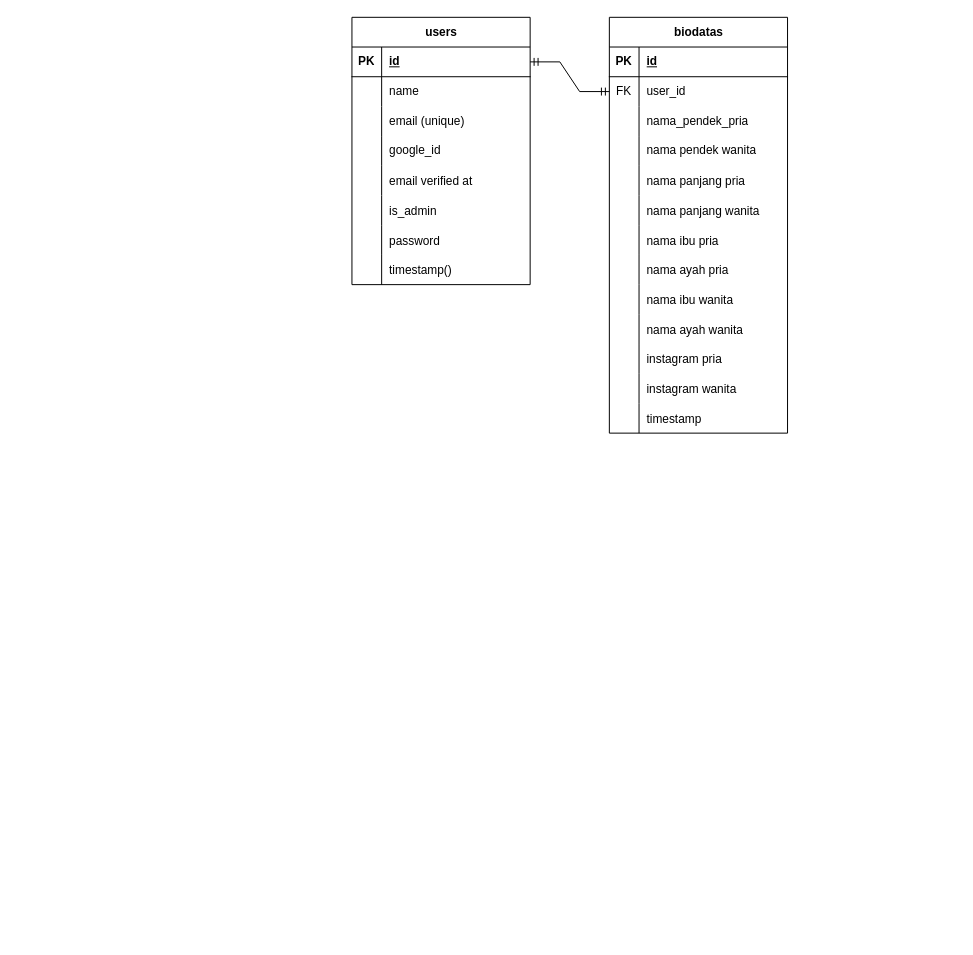
The draw.io diagram Untitled Diagram.drawio in herisukoco/draw.io, before the edit. Source tidied: cells renumbered, new cells numbered last; positions are measured from the earlier drawing's top-left corner, leaving out a move shared by most shapes. Both pictures are drawn from the tidied source at 99%, with x=0, y=0 at pixel (351, 17).
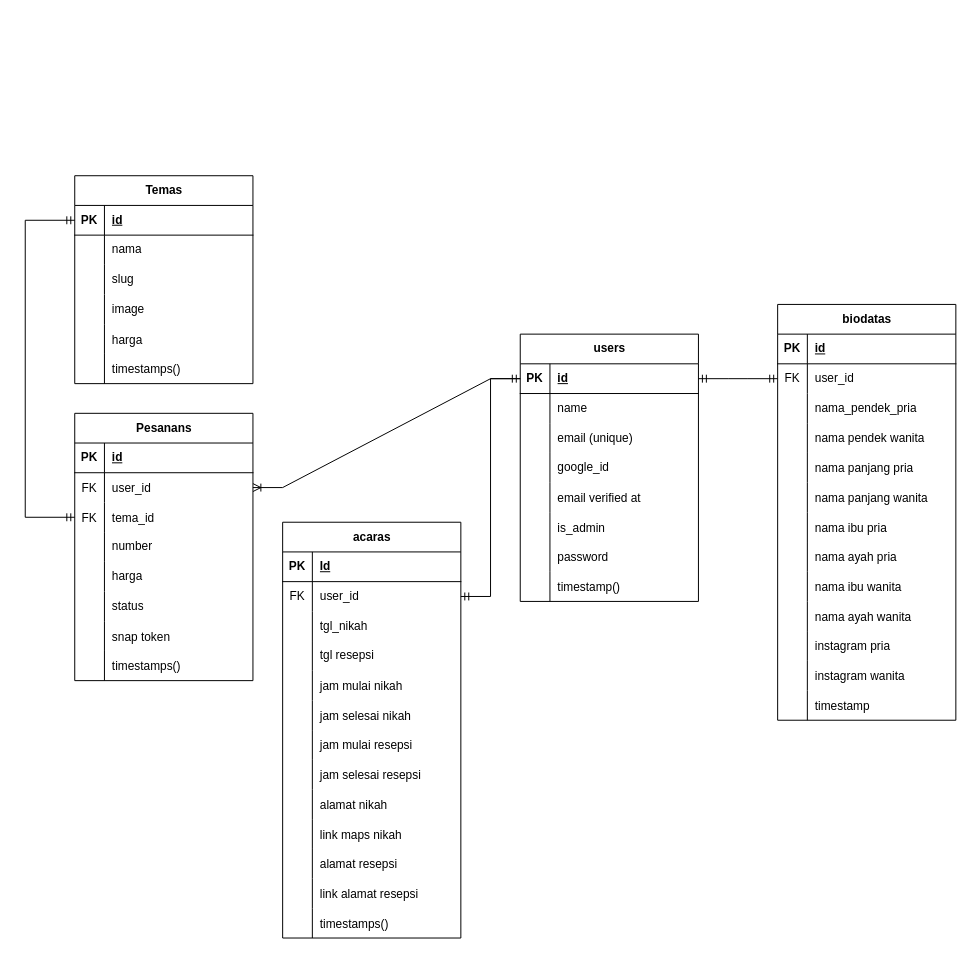
The same diagram, later.

The change refers to these unchanged cells:
```xml
<mxCell id="3" style="shape=tableRow;horizontal=0;startSize=0;swimlaneHead=0;swimlaneBody=0;fillColor=none;points=[[0,0.5],[1,0.5]];portConstraint=eastwest;top=0;left=0;right=0;bottom=1;" parent="2" vertex="1">
  <mxGeometry y="30" width="180" height="30" as="geometry" />
</mxCell>
```

The edit, as a diff of the source:
```diff
@@
     <mxCell id="2" value="users" style="shape=table;startSize=30;childLayout=tableLayout;rowLines=0;fontStyle=1;align=center;html=1;" parent="1" vertex="1">
-      <mxGeometry width="180" height="270" as="geometry" />
+      <mxGeometry x="170" y="320" width="180" height="270" as="geometry" />
     </mxCell>
@@
     <mxCell id="27" value="biodatas" style="shape=table;startSize=30;childLayout=tableLayout;rowLines=0;fontStyle=1;align=center;html=1;" parent="1" vertex="1">
-      <mxGeometry x="260" width="180" height="420" as="geometry" />
+      <mxGeometry x="430" y="290" width="180" height="420" as="geometry" />
     </mxCell>
@@
+    <mxCell id="68" value="acaras" style="shape=table;startSize=30;childLayout=tableLayout;rowLines=0;fontStyle=1;align=center;html=1;" parent="1" vertex="1">
+      <mxGeometry x="-70" y="510" width="180" height="420" as="geometry" />
+    </mxCell>
+    <mxCell id="69" style="shape=tableRow;horizontal=0;startSize=0;swimlaneHead=0;swimlaneBody=0;fillColor=none;top=0;left=0;right=0;bottom=1;" parent="68" vertex="1">
+      <mxGeometry y="30" width="180" height="30" as="geometry" />
+    </mxCell>
+    <mxCell id="70" value="PK" style="shape=partialRectangle;fillColor=none;top=0;left=0;bottom=0;right=0;fontStyle=1;overflow=hidden;whiteSpace=wrap;html=1;" parent="69" vertex="1">
+      <mxGeometry width="30" height="30" as="geometry" />
+    </mxCell>
+    <mxCell id="71" value="Id" style="shape=partialRectangle;fillColor=none;top=0;left=0;bottom=0;right=0;align=left;spacingLeft=6;fontStyle=5;overflow=hidden;whiteSpace=wrap;html=1;" parent="69" vertex="1">
+      <mxGeometry x="30" width="150" height="30" as="geometry" />
+    </mxCell>
+    <mxCell id="72" style="shape=tableRow;horizontal=0;startSize=0;swimlaneHead=0;swimlaneBody=0;fillColor=none;points=[[0,0.5],[1,0.5]];portConstraint=eastwest;top=0;left=0;right=0;bottom=0;" parent="68" vertex="1">
+      <mxGeometry y="60" width="180" height="30" as="geometry" />
+    </mxCell>
+    <mxCell id="73" value="FK" style="shape=partialRectangle;fillColor=none;top=0;left=0;bottom=0;right=0;overflow=hidden;whiteSpace=wrap;html=1;" parent="72" vertex="1">
+      <mxGeometry width="30" height="30" as="geometry" />
+    </mxCell>
+    <mxCell id="74" value="user_id" style="shape=partialRectangle;fillColor=none;top=0;left=0;bottom=0;right=0;align=left;spacingLeft=6;overflow=hidden;whiteSpace=wrap;html=1;" parent="72" vertex="1">
+      <mxGeometry x="30" width="150" height="30" as="geometry" />
+    </mxCell>
+    <mxCell id="75" style="shape=tableRow;horizontal=0;startSize=0;swimlaneHead=0;swimlaneBody=0;fillColor=none;top=0;left=0;right=0;bottom=0;" parent="68" vertex="1">
+      <mxGeometry y="90" width="180" height="30" as="geometry" />
+    </mxCell>
+    <mxCell id="76" style="shape=partialRectangle;fillColor=none;top=0;left=0;bottom=0;right=0;overflow=hidden;whiteSpace=wrap;html=1;" parent="75" vertex="1">
+      <mxGeometry width="30" height="30" as="geometry" />
+    </mxCell>
+    <mxCell id="77" value="tgl_nikah" style="shape=partialRectangle;fillColor=none;top=0;left=0;bottom=0;right=0;align=left;spacingLeft=6;overflow=hidden;whiteSpace=wrap;html=1;" parent="75" vertex="1">
+      <mxGeometry x="30" width="150" height="30" as="geometry" />
+    </mxCell>
+    <mxCell id="78" style="shape=tableRow;horizontal=0;startSize=0;swimlaneHead=0;swimlaneBody=0;fillColor=none;top=0;left=0;right=0;bottom=0;" parent="68" vertex="1">
+      <mxGeometry y="120" width="180" height="30" as="geometry" />
+    </mxCell>
+    <mxCell id="79" style="shape=partialRectangle;fillColor=none;top=0;left=0;bottom=0;right=0;overflow=hidden;whiteSpace=wrap;html=1;" parent="78" vertex="1">
+      <mxGeometry width="30" height="30" as="geometry" />
+    </mxCell>
+    <mxCell id="80" value="tgl resepsi" style="shape=partialRectangle;fillColor=none;top=0;left=0;bottom=0;right=0;align=left;spacingLeft=6;overflow=hidden;whiteSpace=wrap;html=1;" parent="78" vertex="1">
+      <mxGeometry x="30" width="150" height="30" as="geometry" />
+    </mxCell>
+    <mxCell id="81" style="shape=tableRow;horizontal=0;startSize=0;swimlaneHead=0;swimlaneBody=0;fillColor=none;top=0;left=0;right=0;bottom=0;" parent="68" vertex="1">
+      <mxGeometry y="150" width="180" height="30" as="geometry" />
+    </mxCell>
+    <mxCell id="82" style="shape=partialRectangle;fillColor=none;top=0;left=0;bottom=0;right=0;overflow=hidden;" parent="81" vertex="1">
+      <mxGeometry width="30" height="30" as="geometry" />
+    </mxCell>
+    <mxCell id="83" value="jam mulai nikah" style="shape=partialRectangle;fillColor=none;top=0;left=0;bottom=0;right=0;align=left;spacingLeft=6;overflow=hidden;" parent="81" vertex="1">
+      <mxGeometry x="30" width="150" height="30" as="geometry" />
+    </mxCell>
+    <mxCell id="84" style="shape=tableRow;horizontal=0;startSize=0;swimlaneHead=0;swimlaneBody=0;fillColor=none;top=0;left=0;right=0;bottom=0;" parent="68" vertex="1">
+      <mxGeometry y="180" width="180" height="30" as="geometry" />
+    </mxCell>
+    <mxCell id="85" style="shape=partialRectangle;fillColor=none;top=0;left=0;bottom=0;right=0;overflow=hidden;" parent="84" vertex="1">
+      <mxGeometry width="30" height="30" as="geometry" />
+    </mxCell>
+    <mxCell id="86" value="jam selesai nikah" style="shape=partialRectangle;fillColor=none;top=0;left=0;bottom=0;right=0;align=left;spacingLeft=6;overflow=hidden;" parent="84" vertex="1">
+      <mxGeometry x="30" width="150" height="30" as="geometry" />
+    </mxCell>
+    <mxCell id="87" style="shape=tableRow;horizontal=0;startSize=0;swimlaneHead=0;swimlaneBody=0;fillColor=none;top=0;left=0;right=0;bottom=0;" parent="68" vertex="1">
+      <mxGeometry y="210" width="180" height="30" as="geometry" />
+    </mxCell>
+    <mxCell id="88" style="shape=partialRectangle;fillColor=none;top=0;left=0;bottom=0;right=0;overflow=hidden;" parent="87" vertex="1">
+      <mxGeometry width="30" height="30" as="geometry" />
+    </mxCell>
+    <mxCell id="89" value="jam mulai resepsi" style="shape=partialRectangle;fillColor=none;top=0;left=0;bottom=0;right=0;align=left;spacingLeft=6;overflow=hidden;" parent="87" vertex="1">
+      <mxGeometry x="30" width="150" height="30" as="geometry" />
+    </mxCell>
+    <mxCell id="90" style="shape=tableRow;horizontal=0;startSize=0;swimlaneHead=0;swimlaneBody=0;fillColor=none;top=0;left=0;right=0;bottom=0;" parent="68" vertex="1">
+      <mxGeometry y="240" width="180" height="30" as="geometry" />
+    </mxCell>
+    <mxCell id="91" style="shape=partialRectangle;fillColor=none;top=0;left=0;bottom=0;right=0;overflow=hidden;" parent="90" vertex="1">
+      <mxGeometry width="30" height="30" as="geometry" />
+    </mxCell>
+    <mxCell id="92" value="jam selesai resepsi" style="shape=partialRectangle;fillColor=none;top=0;left=0;bottom=0;right=0;align=left;spacingLeft=6;overflow=hidden;" parent="90" vertex="1">
+      <mxGeometry x="30" width="150" height="30" as="geometry" />
+    </mxCell>
+    <mxCell id="93" style="shape=tableRow;horizontal=0;startSize=0;swimlaneHead=0;swimlaneBody=0;fillColor=none;top=0;left=0;right=0;bottom=0;" parent="68" vertex="1">
+      <mxGeometry y="270" width="180" height="30" as="geometry" />
+    </mxCell>
+    <mxCell id="94" style="shape=partialRectangle;fillColor=none;top=0;left=0;bottom=0;right=0;overflow=hidden;" parent="93" vertex="1">
+      <mxGeometry width="30" height="30" as="geometry" />
+    </mxCell>
+    <mxCell id="95" value="alamat nikah" style="shape=partialRectangle;fillColor=none;top=0;left=0;bottom=0;right=0;align=left;spacingLeft=6;overflow=hidden;" parent="93" vertex="1">
+      <mxGeometry x="30" width="150" height="30" as="geometry" />
+    </mxCell>
+    <mxCell id="96" style="shape=tableRow;horizontal=0;startSize=0;swimlaneHead=0;swimlaneBody=0;fillColor=none;top=0;left=0;right=0;bottom=0;" parent="68" vertex="1">
+      <mxGeometry y="300" width="180" height="30" as="geometry" />
+    </mxCell>
+    <mxCell id="97" style="shape=partialRectangle;fillColor=none;top=0;left=0;bottom=0;right=0;overflow=hidden;" parent="96" vertex="1">
+      <mxGeometry width="30" height="30" as="geometry" />
+    </mxCell>
+    <mxCell id="98" value="link maps nikah" style="shape=partialRectangle;fillColor=none;top=0;left=0;bottom=0;right=0;align=left;spacingLeft=6;overflow=hidden;" parent="96" vertex="1">
+      <mxGeometry x="30" width="150" height="30" as="geometry" />
+    </mxCell>
+    <mxCell id="99" style="shape=tableRow;horizontal=0;startSize=0;swimlaneHead=0;swimlaneBody=0;fillColor=none;top=0;left=0;right=0;bottom=0;" parent="68" vertex="1">
+      <mxGeometry y="330" width="180" height="30" as="geometry" />
+    </mxCell>
+    <mxCell id="100" style="shape=partialRectangle;fillColor=none;top=0;left=0;bottom=0;right=0;overflow=hidden;" parent="99" vertex="1">
+      <mxGeometry width="30" height="30" as="geometry" />
+    </mxCell>
+    <mxCell id="101" value="alamat resepsi" style="shape=partialRectangle;fillColor=none;top=0;left=0;bottom=0;right=0;align=left;spacingLeft=6;overflow=hidden;" parent="99" vertex="1">
+      <mxGeometry x="30" width="150" height="30" as="geometry" />
+    </mxCell>
+    <mxCell id="102" style="shape=tableRow;horizontal=0;startSize=0;swimlaneHead=0;swimlaneBody=0;fillColor=none;top=0;left=0;right=0;bottom=0;" parent="68" vertex="1">
+      <mxGeometry y="360" width="180" height="30" as="geometry" />
+    </mxCell>
+    <mxCell id="103" style="shape=partialRectangle;fillColor=none;top=0;left=0;bottom=0;right=0;overflow=hidden;" parent="102" vertex="1">
+      <mxGeometry width="30" height="30" as="geometry" />
+    </mxCell>
+    <mxCell id="104" value="link alamat resepsi" style="shape=partialRectangle;fillColor=none;top=0;left=0;bottom=0;right=0;align=left;spacingLeft=6;overflow=hidden;" parent="102" vertex="1">
+      <mxGeometry x="30" width="150" height="30" as="geometry" />
+    </mxCell>
+    <mxCell id="105" style="shape=tableRow;horizontal=0;startSize=0;swimlaneHead=0;swimlaneBody=0;fillColor=none;top=0;left=0;right=0;bottom=0;" parent="68" vertex="1">
+      <mxGeometry y="390" width="180" height="30" as="geometry" />
+    </mxCell>
+    <mxCell id="106" style="shape=partialRectangle;fillColor=none;top=0;left=0;bottom=0;right=0;overflow=hidden;" parent="105" vertex="1">
+      <mxGeometry width="30" height="30" as="geometry" />
+    </mxCell>
+    <mxCell id="107" value="timestamps()" style="shape=partialRectangle;fillColor=none;top=0;left=0;bottom=0;right=0;align=left;spacingLeft=6;overflow=hidden;" parent="105" vertex="1">
+      <mxGeometry x="30" width="150" height="30" as="geometry" />
+    </mxCell>
+    <mxCell id="108" style="edgeStyle=entityRelationEdgeStyle;fontSize=12;html=1;endArrow=ERmandOne;startArrow=ERmandOne;rounded=0;" parent="1" edge="1" source="3" target="72">
+      <mxGeometry relative="1" as="geometry" />
+    </mxCell>
+    <mxCell id="109" value="Temas" style="shape=table;startSize=30;childLayout=tableLayout;rowLines=0;fontStyle=1;align=center;html=1;" parent="1" vertex="1">
+      <mxGeometry x="-280" y="160" width="180" height="210" as="geometry" />
+    </mxCell>
+    <mxCell id="110" style="shape=tableRow;horizontal=0;startSize=0;swimlaneHead=0;swimlaneBody=0;fillColor=none;points=[[0,0.5],[1,0.5]];portConstraint=eastwest;top=0;left=0;right=0;bottom=1;" parent="109" vertex="1">
+      <mxGeometry y="30" width="180" height="30" as="geometry" />
+    </mxCell>
+    <mxCell id="111" value="PK" style="shape=partialRectangle;fillColor=none;top=0;left=0;bottom=0;right=0;fontStyle=1;overflow=hidden;whiteSpace=wrap;html=1;" parent="110" vertex="1">
+      <mxGeometry width="30" height="30" as="geometry" />
+    </mxCell>
+    <mxCell id="112" value="id" style="shape=partialRectangle;fillColor=none;top=0;left=0;bottom=0;right=0;align=left;spacingLeft=6;fontStyle=5;overflow=hidden;whiteSpace=wrap;html=1;" parent="110" vertex="1">
+      <mxGeometry x="30" width="150" height="30" as="geometry" />
+    </mxCell>
+    <mxCell id="113" style="shape=tableRow;horizontal=0;startSize=0;swimlaneHead=0;swimlaneBody=0;fillColor=none;top=0;left=0;right=0;bottom=0;" parent="109" vertex="1">
+      <mxGeometry y="60" width="180" height="30" as="geometry" />
+    </mxCell>
+    <mxCell id="114" style="shape=partialRectangle;fillColor=none;top=0;left=0;bottom=0;right=0;overflow=hidden;whiteSpace=wrap;html=1;" parent="113" vertex="1">
+      <mxGeometry width="30" height="30" as="geometry" />
+    </mxCell>
+    <mxCell id="115" value="nama" style="shape=partialRectangle;fillColor=none;top=0;left=0;bottom=0;right=0;align=left;spacingLeft=6;overflow=hidden;whiteSpace=wrap;html=1;" parent="113" vertex="1">
+      <mxGeometry x="30" width="150" height="30" as="geometry" />
+    </mxCell>
+    <mxCell id="116" style="shape=tableRow;horizontal=0;startSize=0;swimlaneHead=0;swimlaneBody=0;fillColor=none;top=0;left=0;right=0;bottom=0;" parent="109" vertex="1">
+      <mxGeometry y="90" width="180" height="30" as="geometry" />
+    </mxCell>
+    <mxCell id="117" style="shape=partialRectangle;fillColor=none;top=0;left=0;bottom=0;right=0;overflow=hidden;whiteSpace=wrap;html=1;" parent="116" vertex="1">
+      <mxGeometry width="30" height="30" as="geometry" />
+    </mxCell>
+    <mxCell id="118" value="slug" style="shape=partialRectangle;fillColor=none;top=0;left=0;bottom=0;right=0;align=left;spacingLeft=6;overflow=hidden;whiteSpace=wrap;html=1;" parent="116" vertex="1">
+      <mxGeometry x="30" width="150" height="30" as="geometry" />
+    </mxCell>
+    <mxCell id="119" style="shape=tableRow;horizontal=0;startSize=0;swimlaneHead=0;swimlaneBody=0;fillColor=none;top=0;left=0;right=0;bottom=0;" parent="109" vertex="1">
+      <mxGeometry y="120" width="180" height="30" as="geometry" />
+    </mxCell>
+    <mxCell id="120" style="shape=partialRectangle;fillColor=none;top=0;left=0;bottom=0;right=0;overflow=hidden;whiteSpace=wrap;html=1;" parent="119" vertex="1">
+      <mxGeometry width="30" height="30" as="geometry" />
+    </mxCell>
+    <mxCell id="121" value="image" style="shape=partialRectangle;fillColor=none;top=0;left=0;bottom=0;right=0;align=left;spacingLeft=6;overflow=hidden;whiteSpace=wrap;html=1;" parent="119" vertex="1">
+      <mxGeometry x="30" width="150" height="30" as="geometry" />
+    </mxCell>
+    <mxCell id="122" style="shape=tableRow;horizontal=0;startSize=0;swimlaneHead=0;swimlaneBody=0;fillColor=none;top=0;left=0;right=0;bottom=0;" parent="109" vertex="1">
+      <mxGeometry y="150" width="180" height="30" as="geometry" />
+    </mxCell>
+    <mxCell id="123" style="shape=partialRectangle;fillColor=none;top=0;left=0;bottom=0;right=0;overflow=hidden;" parent="122" vertex="1">
+      <mxGeometry width="30" height="30" as="geometry" />
+    </mxCell>
+    <mxCell id="124" value="harga" style="shape=partialRectangle;fillColor=none;top=0;left=0;bottom=0;right=0;align=left;spacingLeft=6;overflow=hidden;" parent="122" vertex="1">
+      <mxGeometry x="30" width="150" height="30" as="geometry" />
+    </mxCell>
+    <mxCell id="125" style="shape=tableRow;horizontal=0;startSize=0;swimlaneHead=0;swimlaneBody=0;fillColor=none;top=0;left=0;right=0;bottom=0;" parent="109" vertex="1">
+      <mxGeometry y="180" width="180" height="30" as="geometry" />
+    </mxCell>
+    <mxCell id="126" style="shape=partialRectangle;fillColor=none;top=0;left=0;bottom=0;right=0;overflow=hidden;" parent="125" vertex="1">
+      <mxGeometry width="30" height="30" as="geometry" />
+    </mxCell>
+    <mxCell id="127" value="timestamps()" style="shape=partialRectangle;fillColor=none;top=0;left=0;bottom=0;right=0;align=left;spacingLeft=6;overflow=hidden;" parent="125" vertex="1">
+      <mxGeometry x="30" width="150" height="30" as="geometry" />
+    </mxCell>
+    <mxCell id="128" value="Pesanans" style="shape=table;startSize=30;childLayout=tableLayout;rowLines=0;fontStyle=1;align=center;html=1;" parent="1" vertex="1">
+      <mxGeometry x="-280" y="400" width="180" height="270" as="geometry" />
+    </mxCell>
+    <mxCell id="129" style="shape=tableRow;horizontal=0;startSize=0;swimlaneHead=0;swimlaneBody=0;fillColor=none;top=0;left=0;right=0;bottom=1;" parent="128" vertex="1">
+      <mxGeometry y="30" width="180" height="30" as="geometry" />
+    </mxCell>
+    <mxCell id="130" value="PK" style="shape=partialRectangle;fillColor=none;top=0;left=0;bottom=0;right=0;fontStyle=1;overflow=hidden;whiteSpace=wrap;html=1;" parent="129" vertex="1">
+      <mxGeometry width="30" height="30" as="geometry" />
+    </mxCell>
+    <mxCell id="131" value="id" style="shape=partialRectangle;fillColor=none;top=0;left=0;bottom=0;right=0;align=left;spacingLeft=6;fontStyle=5;overflow=hidden;whiteSpace=wrap;html=1;" parent="129" vertex="1">
+      <mxGeometry x="30" width="150" height="30" as="geometry" />
+    </mxCell>
+    <mxCell id="132" style="shape=tableRow;horizontal=0;startSize=0;swimlaneHead=0;swimlaneBody=0;fillColor=none;points=[[0,0.5],[1,0.5]];portConstraint=eastwest;top=0;left=0;right=0;bottom=0;" parent="128" vertex="1">
+      <mxGeometry y="60" width="180" height="30" as="geometry" />
+    </mxCell>
+    <mxCell id="133" value="FK" style="shape=partialRectangle;fillColor=none;top=0;left=0;bottom=0;right=0;overflow=hidden;" parent="132" vertex="1">
+      <mxGeometry width="30" height="30" as="geometry" />
+    </mxCell>
+    <mxCell id="134" value="user_id" style="shape=partialRectangle;fillColor=none;top=0;left=0;bottom=0;right=0;align=left;spacingLeft=6;overflow=hidden;" parent="132" vertex="1">
+      <mxGeometry x="30" width="150" height="30" as="geometry" />
+    </mxCell>
+    <mxCell id="135" style="shape=tableRow;horizontal=0;startSize=0;swimlaneHead=0;swimlaneBody=0;fillColor=none;points=[[0,0.5],[1,0.5]];portConstraint=eastwest;top=0;left=0;right=0;bottom=0;" parent="128" vertex="1">
+      <mxGeometry y="90" width="180" height="30" as="geometry" />
+    </mxCell>
+    <mxCell id="136" value="FK" style="shape=partialRectangle;fillColor=none;top=0;left=0;bottom=0;right=0;overflow=hidden;" parent="135" vertex="1">
+      <mxGeometry width="30" height="30" as="geometry" />
+    </mxCell>
+    <mxCell id="137" value="tema_id" style="shape=partialRectangle;fillColor=none;top=0;left=0;bottom=0;right=0;align=left;spacingLeft=6;overflow=hidden;" parent="135" vertex="1">
+      <mxGeometry x="30" width="150" height="30" as="geometry" />
+    </mxCell>
+    <mxCell id="138" style="shape=tableRow;horizontal=0;startSize=0;swimlaneHead=0;swimlaneBody=0;fillColor=none;top=0;left=0;right=0;bottom=0;" parent="128" vertex="1">
+      <mxGeometry y="120" width="180" height="30" as="geometry" />
+    </mxCell>
+    <mxCell id="139" style="shape=partialRectangle;fillColor=none;top=0;left=0;bottom=0;right=0;overflow=hidden;whiteSpace=wrap;html=1;" parent="138" vertex="1">
+      <mxGeometry width="30" height="30" as="geometry" />
+    </mxCell>
+    <mxCell id="140" value="number" style="shape=partialRectangle;fillColor=none;top=0;left=0;bottom=0;right=0;align=left;spacingLeft=6;overflow=hidden;whiteSpace=wrap;html=1;" parent="138" vertex="1">
+      <mxGeometry x="30" width="150" height="30" as="geometry" />
+    </mxCell>
+    <mxCell id="141" style="shape=tableRow;horizontal=0;startSize=0;swimlaneHead=0;swimlaneBody=0;fillColor=none;top=0;left=0;right=0;bottom=0;" parent="128" vertex="1">
+      <mxGeometry y="150" width="180" height="30" as="geometry" />
+    </mxCell>
+    <mxCell id="142" style="shape=partialRectangle;fillColor=none;top=0;left=0;bottom=0;right=0;overflow=hidden;whiteSpace=wrap;html=1;" parent="141" vertex="1">
+      <mxGeometry width="30" height="30" as="geometry" />
+    </mxCell>
+    <mxCell id="143" value="harga" style="shape=partialRectangle;fillColor=none;top=0;left=0;bottom=0;right=0;align=left;spacingLeft=6;overflow=hidden;whiteSpace=wrap;html=1;" parent="141" vertex="1">
+      <mxGeometry x="30" width="150" height="30" as="geometry" />
+    </mxCell>
+    <mxCell id="144" style="shape=tableRow;horizontal=0;startSize=0;swimlaneHead=0;swimlaneBody=0;fillColor=none;top=0;left=0;right=0;bottom=0;" parent="128" vertex="1">
+      <mxGeometry y="180" width="180" height="30" as="geometry" />
+    </mxCell>
+    <mxCell id="145" style="shape=partialRectangle;fillColor=none;top=0;left=0;bottom=0;right=0;overflow=hidden;whiteSpace=wrap;html=1;" parent="144" vertex="1">
+      <mxGeometry width="30" height="30" as="geometry" />
+    </mxCell>
+    <mxCell id="146" value="status" style="shape=partialRectangle;fillColor=none;top=0;left=0;bottom=0;right=0;align=left;spacingLeft=6;overflow=hidden;whiteSpace=wrap;html=1;" parent="144" vertex="1">
+      <mxGeometry x="30" width="150" height="30" as="geometry" />
+    </mxCell>
+    <mxCell id="147" style="shape=tableRow;horizontal=0;startSize=0;swimlaneHead=0;swimlaneBody=0;fillColor=none;top=0;left=0;right=0;bottom=0;" parent="128" vertex="1">
+      <mxGeometry y="210" width="180" height="30" as="geometry" />
+    </mxCell>
+    <mxCell id="148" style="shape=partialRectangle;fillColor=none;top=0;left=0;bottom=0;right=0;overflow=hidden;" parent="147" vertex="1">
+      <mxGeometry width="30" height="30" as="geometry" />
+    </mxCell>
+    <mxCell id="149" value="snap token" style="shape=partialRectangle;fillColor=none;top=0;left=0;bottom=0;right=0;align=left;spacingLeft=6;overflow=hidden;" parent="147" vertex="1">
+      <mxGeometry x="30" width="150" height="30" as="geometry" />
+    </mxCell>
+    <mxCell id="150" style="shape=tableRow;horizontal=0;startSize=0;swimlaneHead=0;swimlaneBody=0;fillColor=none;top=0;left=0;right=0;bottom=0;" parent="128" vertex="1">
+      <mxGeometry y="240" width="180" height="30" as="geometry" />
+    </mxCell>
+    <mxCell id="151" style="shape=partialRectangle;fillColor=none;top=0;left=0;bottom=0;right=0;overflow=hidden;" parent="150" vertex="1">
+      <mxGeometry width="30" height="30" as="geometry" />
+    </mxCell>
+    <mxCell id="152" value="timestamps()" style="shape=partialRectangle;fillColor=none;top=0;left=0;bottom=0;right=0;align=left;spacingLeft=6;overflow=hidden;" parent="150" vertex="1">
+      <mxGeometry x="30" width="150" height="30" as="geometry" />
+    </mxCell>
+    <mxCell id="153" style="edgeStyle=entityRelationEdgeStyle;fontSize=12;html=1;endArrow=ERoneToMany;rounded=0;entryX=1;entryY=0.5;entryDx=0;entryDy=0;exitX=0;exitY=0.5;exitDx=0;exitDy=0;" parent="1" edge="1" source="3" target="132">
+      <mxGeometry relative="1" as="geometry" />
+    </mxCell>
+    <mxCell id="154" style="edgeStyle=orthogonalEdgeStyle;fontSize=12;html=1;endArrow=ERmandOne;startArrow=ERmandOne;rounded=0;exitX=0;exitY=0.5;exitDx=0;exitDy=0;" parent="1" edge="1" source="135" target="110">
+      <mxGeometry relative="1" as="geometry">
+        <Array as="points">
+          <mxPoint x="-330" y="505" />
+          <mxPoint x="-330" y="205" />
+        </Array>
+      </mxGeometry>
+    </mxCell>
```
